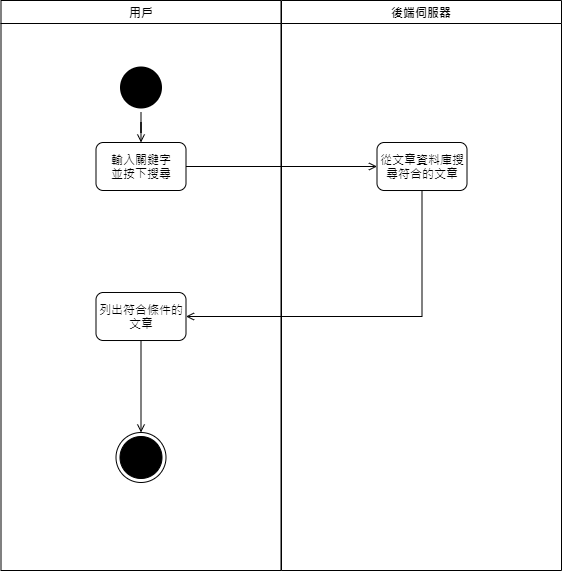
The draw.io diagram src/main/uml/keysearch.png in 10746010/Plearnet-back-end, before a commit. Source tidied: cells renumbered, new cells last; positions are measured from the earlier drawing's top-left corner, leaving out a move shared by most shapes.
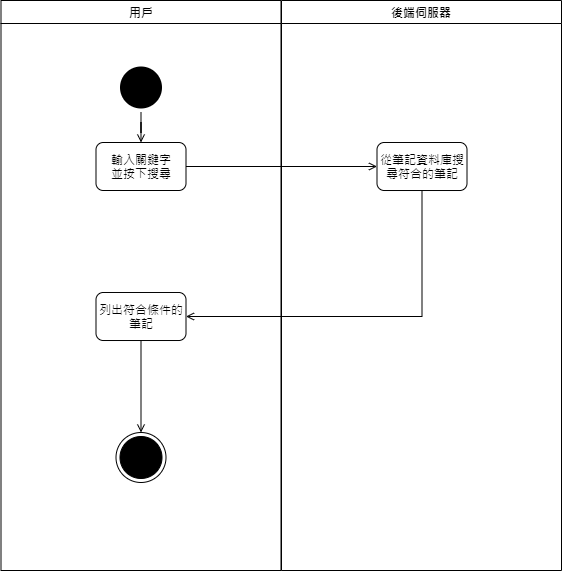
After the commit.

Commit message:
update keysearch Activity diagram

Change to the diagram source:
```diff
@@ -17,7 +17,7 @@
     <mxCell id="6" style="edgeStyle=orthogonalEdgeStyle;rounded=0;jettySize=auto;html=1;endArrow=open;endFill=0;" parent="2" edge="1" source="7" target="8">
       <mxGeometry relative="1" as="geometry" />
     </mxCell>
-    <mxCell id="7" value="列出符合條件的&lt;br&gt;文章" style="rounded=1;whiteSpace=wrap;html=1;" parent="2" vertex="1">
+    <mxCell id="7" value="列出符合條件的&lt;br&gt;筆記" style="rounded=1;whiteSpace=wrap;html=1;" parent="2" vertex="1">
       <mxGeometry x="95" y="292" width="90" height="48" as="geometry" />
     </mxCell>
     <mxCell id="8" style="ellipse;html=1;shape=endState;fillColor=#000000;" parent="2" vertex="1">
@@ -26,7 +26,7 @@
     <mxCell id="9" value="後端伺服器" style="swimlane;whiteSpace=wrap;" parent="1" vertex="1">
       <mxGeometry x="281" width="280" height="570" as="geometry" />
     </mxCell>
-    <mxCell id="10" value="從文章資料庫搜尋符合的文章" style="rounded=1;whiteSpace=wrap;html=1;" parent="9" vertex="1">
+    <mxCell id="10" value="從筆記資料庫搜尋符合的筆記" style="rounded=1;whiteSpace=wrap;html=1;" parent="9" vertex="1">
       <mxGeometry x="95.5" y="142" width="90" height="48" as="geometry" />
     </mxCell>
     <mxCell id="11" style="edgeStyle=orthogonalEdgeStyle;rounded=0;jettySize=auto;html=1;endArrow=open;endFill=0;" parent="1" edge="1" source="5" target="10">
```
